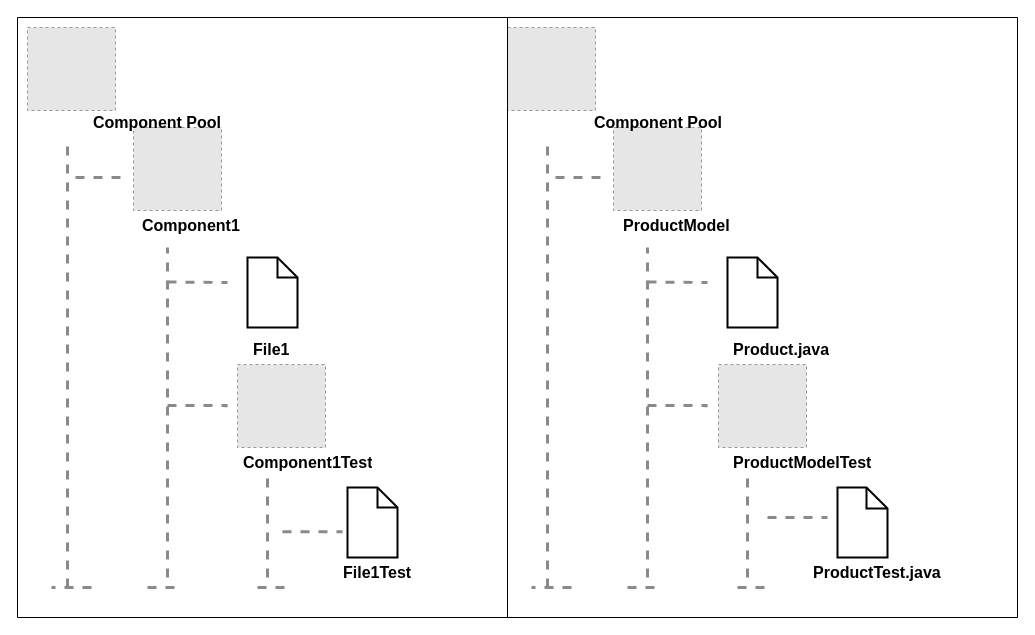
Above: ScreenShots/DirectoriosFargOP.drawio in troyano13/UnitTestingLPS (draw.io), before the change. Source tidied: cells renumbered, new cells numbered last; positions are measured from the earlier drawing's top-left corner, leaving out a move shared by most shapes. Both pictures are drawn from the tidied source at 100%, with x=0, y=0 at pixel (17, 17). Pictures stored in the file or linked from it are replaced by grey dashed boxes.
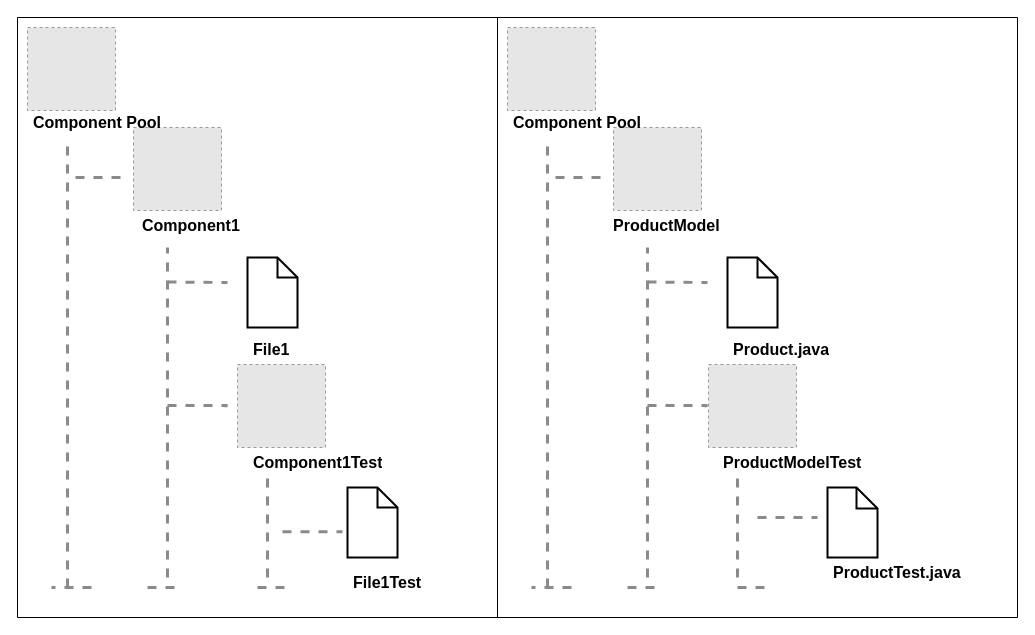
The same page after the edit.

What changed in the source:
```diff
@@
-    <mxCell id="20" value="&lt;span style=&quot;font-size: 16px;&quot;&gt;&lt;b&gt;Product.java&lt;/b&gt;&lt;/span&gt;" style="text;strokeColor=none;fillColor=none;align=left;verticalAlign=middle;spacingLeft=4;spacingRight=4;overflow=hidden;whiteSpace=wrap;html=1;" parent="1" vertex="1">
-      <mxGeometry x="710" y="317" width="110" height="30" as="geometry" />
-    </mxCell>
@@
     <mxCell id="28" style="swimlane;startSize=0;fillColor=none;" parent="1" vertex="1">
-      <mxGeometry width="490" height="600" as="geometry" />
+      <mxGeometry width="480" height="600" as="geometry" />
     </mxCell>
     <mxCell id="29" value="&lt;b&gt;&lt;font style=&quot;font-size: 16px;&quot;&gt;Component Pool&lt;/font&gt;&lt;/b&gt;" style="text;strokeColor=none;fillColor=none;align=left;verticalAlign=middle;spacingLeft=4;spacingRight=4;overflow=hidden;whiteSpace=wrap;html=1;" parent="28" vertex="1">
-      <mxGeometry x="70" y="90" width="170" height="30" as="geometry" />
+      <mxGeometry x="10" y="90" width="170" height="30" as="geometry" />
     </mxCell>
@@
     <mxCell id="31" value="&lt;b&gt;&lt;font style=&quot;font-size: 16px;&quot;&gt;Component1Test&lt;br&gt;&lt;/font&gt;&lt;/b&gt;" style="text;strokeColor=none;fillColor=none;align=left;verticalAlign=middle;spacingLeft=4;spacingRight=4;overflow=hidden;whiteSpace=wrap;html=1;" parent="28" vertex="1">
-      <mxGeometry x="220" y="430" width="170" height="30" as="geometry" />
+      <mxGeometry x="230" y="430" width="170" height="30" as="geometry" />
     </mxCell>
     <mxCell id="32" value="&lt;span style=&quot;font-size: 16px;&quot;&gt;&lt;b&gt;File1Test&lt;/b&gt;&lt;/span&gt;" style="text;strokeColor=none;fillColor=none;align=left;verticalAlign=middle;spacingLeft=4;spacingRight=4;overflow=hidden;whiteSpace=wrap;html=1;" parent="28" vertex="1">
-      <mxGeometry x="320" y="540" width="95" height="30" as="geometry" />
+      <mxGeometry x="330" y="550" width="95" height="30" as="geometry" />
     </mxCell>
@@
     <mxCell id="34" style="swimlane;startSize=0;fillColor=none;" parent="1" vertex="1">
-      <mxGeometry x="490" width="510" height="600" as="geometry" />
+      <mxGeometry x="480" width="520" height="600" as="geometry" />
     </mxCell>
     <mxCell id="35" value="&lt;b&gt;&lt;font style=&quot;font-size: 16px;&quot;&gt;Component Pool&lt;/font&gt;&lt;/b&gt;" style="text;strokeColor=none;fillColor=none;align=left;verticalAlign=middle;spacingLeft=4;spacingRight=4;overflow=hidden;whiteSpace=wrap;html=1;" parent="34" vertex="1">
-      <mxGeometry x="81" y="90" width="170" height="30" as="geometry" />
+      <mxGeometry x="10" y="90" width="170" height="30" as="geometry" />
     </mxCell>
@@
     <mxCell id="38" value="&lt;b style=&quot;border-color: var(--border-color); font-size: 16px;&quot;&gt;ProductTest.java&lt;/b&gt;" style="text;strokeColor=none;fillColor=none;align=left;verticalAlign=middle;spacingLeft=4;spacingRight=4;overflow=hidden;whiteSpace=wrap;html=1;" parent="34" vertex="1">
-      <mxGeometry x="300" y="540" width="145" height="30" as="geometry" />
+      <mxGeometry x="330" y="540" width="145" height="30" as="geometry" />
     </mxCell>
@@
+    <mxCell id="20" value="&lt;span style=&quot;font-size: 16px;&quot;&gt;&lt;b&gt;Product.java&lt;/b&gt;&lt;/span&gt;" style="text;strokeColor=none;fillColor=none;align=left;verticalAlign=middle;spacingLeft=4;spacingRight=4;overflow=hidden;whiteSpace=wrap;html=1;" parent="34" vertex="1">
+      <mxGeometry x="230" y="317" width="110" height="30" as="geometry" />
+    </mxCell>
```
